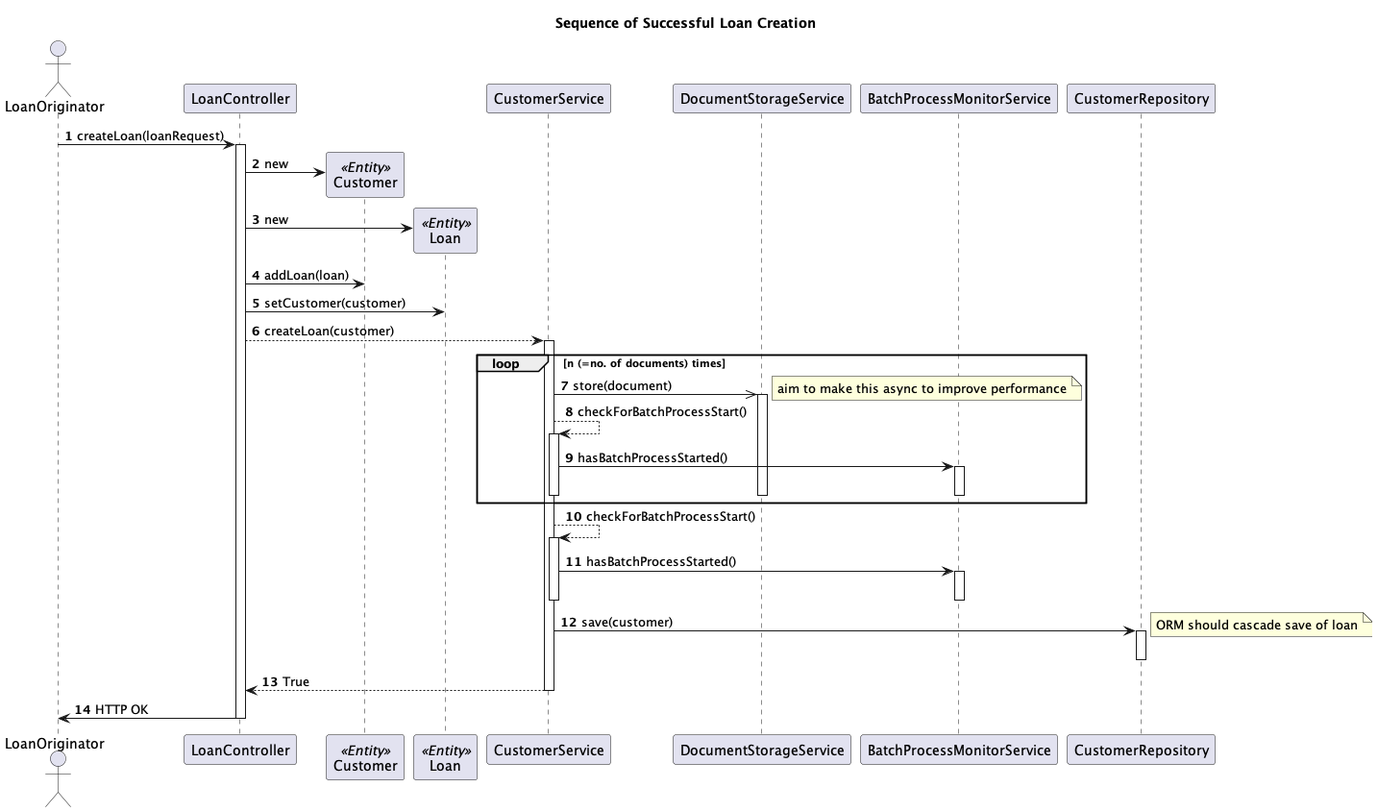
Earlier version of the PlantUML export SuccessfullLoanCreation.png (ronanoconnell/stand-a-loan).
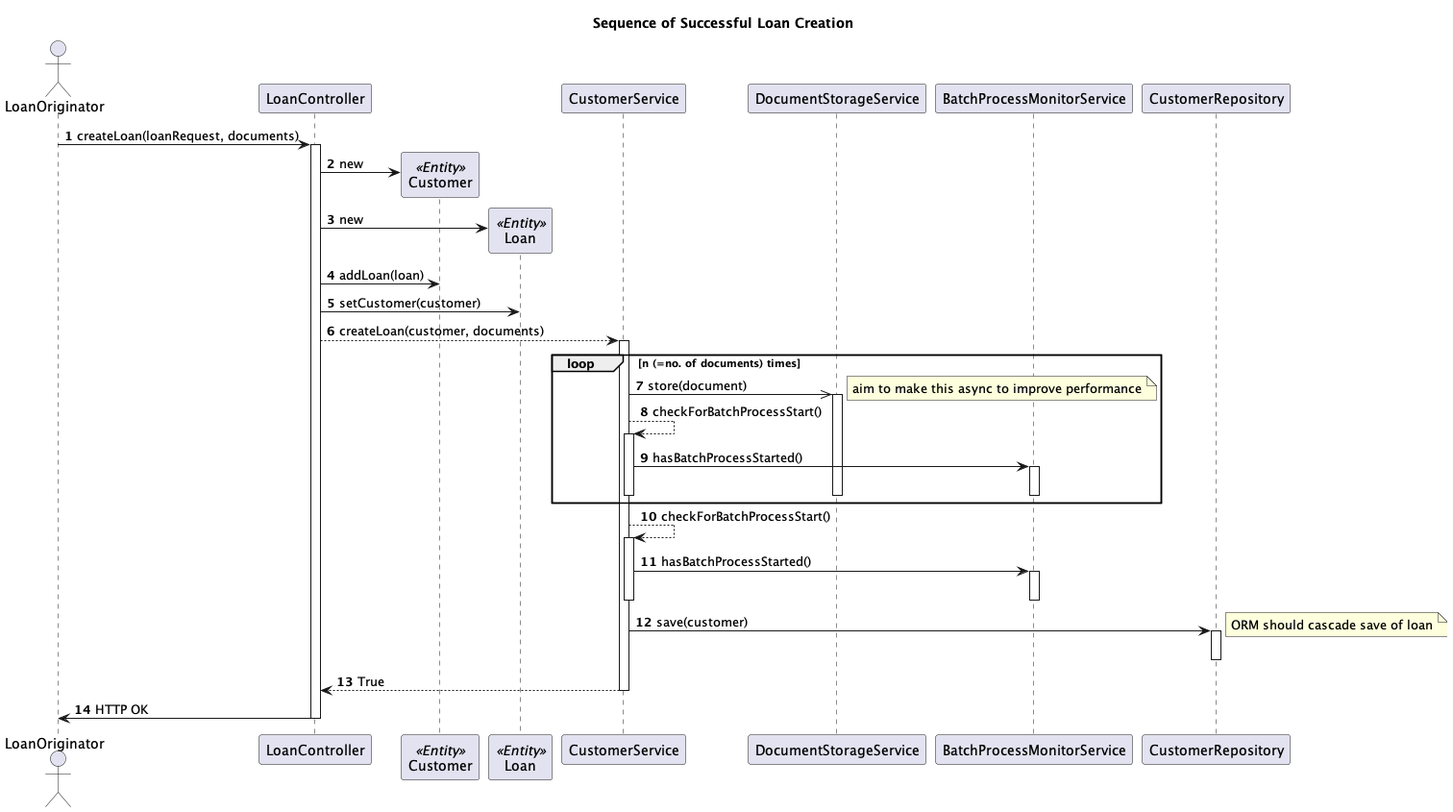
The same file after the commit.

Commit message:
Loan Creation -> Abort creation if batch process starts.

What changed in the source:
```diff
@@ -4,7 +4,7 @@
 
 autonumber
 actor LoanOriginator
-LoanOriginator -> LoanController: createLoan(loanRequest)
+LoanOriginator -> LoanController: createLoan(loanRequest, documents)
 activate LoanController
 create Customer << Entity >>
 LoanController -> Customer : new
@@ -12,7 +12,7 @@
 LoanController -> Loan : new
 LoanController -> Customer : addLoan(loan)
 LoanController -> Loan : setCustomer(customer)
-LoanController --> CustomerService: createLoan(customer)
+LoanController --> CustomerService: createLoan(customer, documents)
 activate CustomerService
 loop n (=no. of documents) times
     CustomerService ->> DocumentStorageService: store(document)
```
